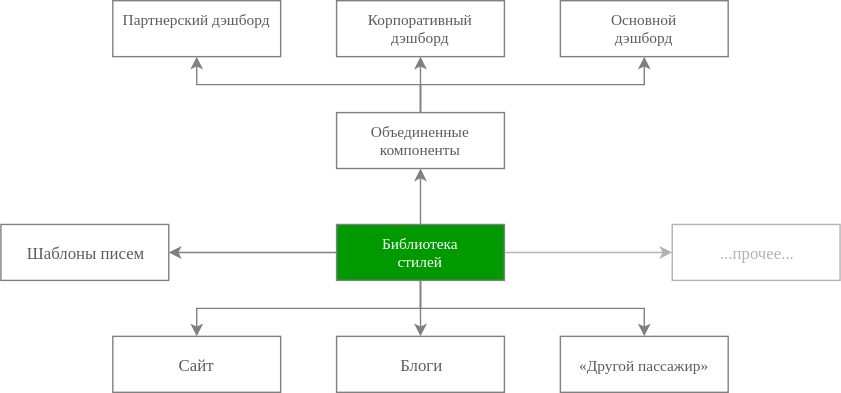
The draw.io diagram abubaca.svg in ajile/draw-io, before a commit. Source tidied: cells renumbered, new cells last; positions are measured from the earlier drawing's top-left corner, leaving out a move shared by most shapes.
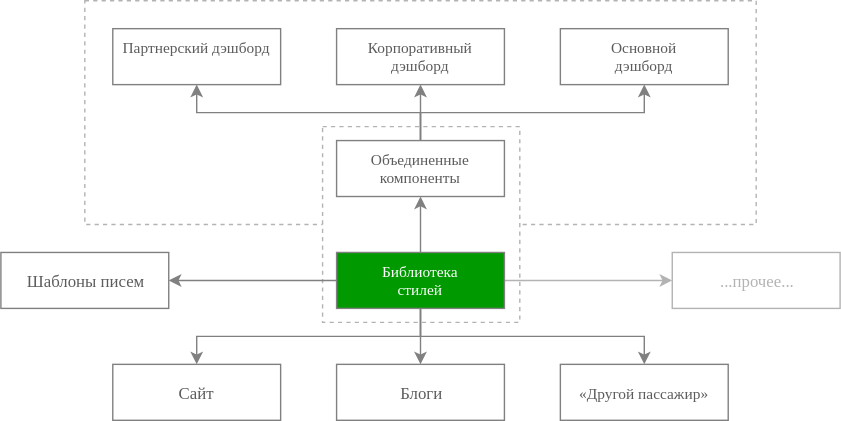
The same diagram one commit later.

What changed in the source:
```diff
@@ -2,6 +2,12 @@
   <root>
     <mxCell id="0" />
     <mxCell id="1" parent="0" />
+    <mxCell id="21" style="rounded=0;whiteSpace=wrap;html=1;shadow=0;strokeColor=#B3B3B3;strokeWidth=1;fillColor=#ffffff;gradientColor=none;fontFamily=Verdana;fontSize=11;fontColor=#B3B3B3;align=center;dashed=1;" parent="1" vertex="1">
+      <mxGeometry x="60" y="-20" width="480" height="160" as="geometry" />
+    </mxCell>
+    <mxCell id="22" style="rounded=0;whiteSpace=wrap;html=1;shadow=0;strokeColor=#B3B3B3;strokeWidth=1;fillColor=#ffffff;gradientColor=none;fontFamily=Verdana;fontSize=11;fontColor=#B3B3B3;align=center;dashed=1;" parent="1" vertex="1">
+      <mxGeometry x="230" y="70" width="141" height="140" as="geometry" />
+    </mxCell>
     <mxCell id="2" value="Сайт&lt;br&gt;" style="rounded=0;whiteSpace=wrap;html=1;shadow=0;strokeColor=#808080;strokeWidth=1;fillColor=#ffffff;gradientColor=none;fontFamily=Verdana;fontSize=12;fontColor=#5C5C5C;align=center;" parent="1" vertex="1">
       <mxGeometry x="80" y="240" width="120" height="40" as="geometry" />
     </mxCell>
```
